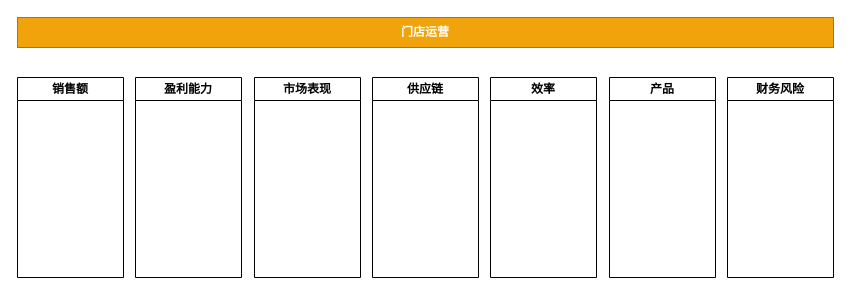
This is zym-门店运用.drawio from ztacode/drawio, a draw.io file, before an edit. Source tidied: cells renumbered, new cells numbered last; positions are measured from the earlier drawing's top-left corner, leaving out a move shared by most shapes. Both pictures are drawn from the tidied source at 100%, with x=0, y=0 at pixel (17, 17).
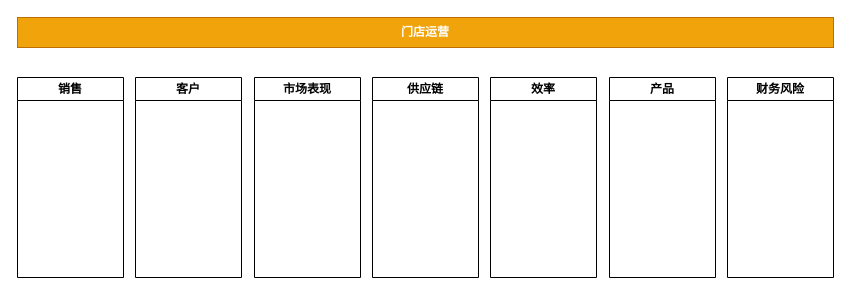
The same diagram, later.

Commit message (it also covers changes not shown here):
更新zym-门店运用.drawio

Change to the diagram source:
```diff
@@
 <mxGraphModel>
   <root>
     <mxCell id="0" />
     <mxCell id="1" parent="0" />
     <mxCell id="2" value="门店运营" style="rounded=0;whiteSpace=wrap;html=1;labelBackgroundColor=none;fillColor=#f0a30a;strokeColor=#BD7000;fontColor=#FFFFFF;fontStyle=1;" parent="1" vertex="1">
       <mxGeometry width="816" height="30" as="geometry" />
     </mxCell>
-    <mxCell id="3" value="销售额" style="swimlane;whiteSpace=wrap;html=1;" parent="1" vertex="1">
+    <mxCell id="3" value="销售" style="swimlane;whiteSpace=wrap;html=1;startSize=23;" parent="1" vertex="1">
       <mxGeometry y="60" width="106" height="200" as="geometry" />
     </mxCell>
-    <mxCell id="4" value="盈利能力" style="swimlane;whiteSpace=wrap;html=1;" parent="1" vertex="1">
+    <mxCell id="4" value="客户" style="swimlane;whiteSpace=wrap;html=1;" parent="1" vertex="1">
       <mxGeometry x="118" y="60" width="106" height="200" as="geometry" />
     </mxCell>
     <mxCell id="5" value="市场表现" style="swimlane;whiteSpace=wrap;html=1;" parent="1" vertex="1">
       <mxGeometry x="237" y="60" width="106" height="200" as="geometry" />
     </mxCell>
     <mxCell id="6" value="供应链" style="swimlane;whiteSpace=wrap;html=1;startSize=23;" parent="1" vertex="1">
       <mxGeometry x="355" y="60" width="106" height="200" as="geometry" />
     </mxCell>
     <mxCell id="7" value="效率" style="swimlane;whiteSpace=wrap;html=1;startSize=23;" parent="1" vertex="1">
       <mxGeometry x="473" y="60" width="106" height="200" as="geometry" />
     </mxCell>
     <mxCell id="8" value="产品" style="swimlane;whiteSpace=wrap;html=1;startSize=23;" parent="1" vertex="1">
       <mxGeometry x="592" y="60" width="106" height="200" as="geometry" />
     </mxCell>
     <mxCell id="9" value="财务风险" style="swimlane;whiteSpace=wrap;html=1;startSize=23;" parent="1" vertex="1">
       <mxGeometry x="710" y="60" width="106" height="200" as="geometry" />
     </mxCell>
   </root>
 </mxGraphModel>
```
